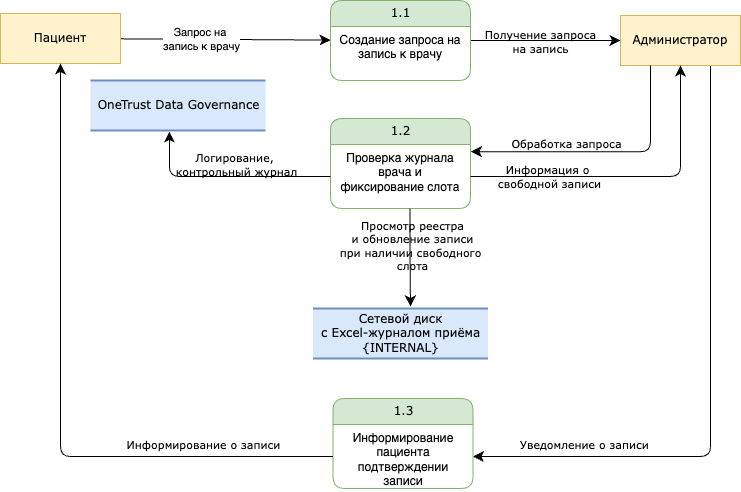
Before: Exc1/DFD-DataLinage-Запись к врачу.drawio.png, a diagram exported from draw.io (denrzv/yp-architecture-sprint-10). Source tidied: cells renumbered, new cells last; positions are measured from the earlier drawing's top-left corner, leaving out a move shared by most shapes. Its diagram source:
```xml
<mxGraphModel>
  <root>
    <mxCell id="0" />
    <mxCell id="1" parent="0" />
    <mxCell id="2" style="edgeStyle=orthogonalEdgeStyle;shape=connector;rounded=1;jettySize=auto;html=1;entryX=1;entryY=0.5;entryDx=0;entryDy=0;strokeColor=default;align=center;verticalAlign=middle;fontFamily=Verdana;fontSize=12;fontColor=default;labelBackgroundColor=none;startFill=0;startSize=8;endArrow=classic;endFill=1;endSize=8;exitX=0.75;exitY=1;exitDx=0;exitDy=0;" parent="1" edge="1" source="4" target="17">
      <mxGeometry relative="1" as="geometry" />
    </mxCell>
    <mxCell id="3" value="Уведомление о записи" style="edgeLabel;html=1;align=center;verticalAlign=middle;fontFamily=Verdana;fontSize=11;fontColor=default;labelBackgroundColor=none;" parent="2" vertex="1">
      <mxGeometry x="0.77" relative="1" as="geometry">
        <mxPoint x="38" y="-13" as="offset" />
      </mxGeometry>
    </mxCell>
    <mxCell id="4" value="Администратор" style="whiteSpace=wrap;html=1;rounded=0;shadow=0;comic=0;labelBackgroundColor=none;strokeWidth=1;fontFamily=Verdana;fontSize=12;align=center;fillColor=#fff2cc;strokeColor=#d6b656;" parent="1" vertex="1">
      <mxGeometry x="620" y="15" width="120" height="50" as="geometry" />
    </mxCell>
    <mxCell id="5" style="edgeStyle=none;html=1;labelBackgroundColor=none;startFill=0;startSize=8;endFill=1;endSize=8;fontFamily=Verdana;fontSize=12;" parent="1" edge="1" source="7" target="10">
      <mxGeometry relative="1" as="geometry" />
    </mxCell>
    <mxCell id="6" value="Запрос на&amp;nbsp;&lt;div&gt;запись к врачу&lt;/div&gt;" style="edgeLabel;html=1;align=center;verticalAlign=middle;" parent="5" vertex="1">
      <mxGeometry x="-0.23" relative="1" as="geometry" />
    </mxCell>
    <mxCell id="7" value="Пациент" style="whiteSpace=wrap;html=1;rounded=0;shadow=0;comic=0;labelBackgroundColor=none;strokeWidth=1;fontFamily=Verdana;fontSize=12;align=center;fillColor=#fff2cc;strokeColor=#d6b656;" parent="1" vertex="1">
      <mxGeometry y="13" width="120" height="50" as="geometry" />
    </mxCell>
    <mxCell id="8" style="edgeStyle=none;html=1;labelBackgroundColor=none;startFill=0;startSize=8;endFill=1;endSize=8;fontFamily=Verdana;fontSize=12;" parent="1" edge="1" source="10" target="4">
      <mxGeometry relative="1" as="geometry" />
    </mxCell>
    <mxCell id="9" value="Получение запроса&lt;div&gt;на запись&lt;/div&gt;" style="edgeLabel;html=1;align=center;verticalAlign=middle;fontFamily=Verdana;fontSize=11;fontColor=default;labelBackgroundColor=none;" parent="8" vertex="1">
      <mxGeometry x="-0.08" relative="1" as="geometry" />
    </mxCell>
    <mxCell id="10" value="1.1" style="swimlane;html=1;fontStyle=0;horizontal=1;startSize=26;fillColor=#d5e8d4;swimlaneFillColor=#ffffff;align=center;rounded=1;shadow=0;comic=0;labelBackgroundColor=none;strokeWidth=1;fontFamily=Verdana;fontSize=12;strokeColor=#82b366;" parent="1" vertex="1">
      <mxGeometry x="330" width="140" height="80" as="geometry" />
    </mxCell>
    <mxCell id="11" value="Создание запроса на запись&amp;nbsp;&lt;span style=&quot;background-color: transparent; color: light-dark(rgb(0, 0, 0), rgb(255, 255, 255));&quot;&gt;к врачу&lt;/span&gt;" style="text;html=1;strokeColor=none;fillColor=none;spacingLeft=4;spacingRight=4;whiteSpace=wrap;overflow=hidden;align=center;" parent="10" vertex="1">
      <mxGeometry y="26" width="140" height="54" as="geometry" />
    </mxCell>
    <mxCell id="12" style="edgeStyle=orthogonalEdgeStyle;html=1;labelBackgroundColor=none;startFill=0;startSize=8;endFill=1;endSize=8;fontFamily=Verdana;fontSize=12;exitX=0.25;exitY=1;exitDx=0;exitDy=0;entryX=1.002;entryY=0.113;entryDx=0;entryDy=0;entryPerimeter=0;" parent="1" edge="1" source="4" target="15">
      <mxGeometry relative="1" as="geometry">
        <Array as="points">
          <mxPoint x="650" y="151" />
        </Array>
      </mxGeometry>
    </mxCell>
    <mxCell id="13" value="Обработка запроса&lt;div&gt;&lt;br&gt;&lt;/div&gt;" style="edgeLabel;html=1;align=center;verticalAlign=middle;fontFamily=Verdana;fontSize=11;fontColor=default;labelBackgroundColor=none;" parent="12" vertex="1">
      <mxGeometry x="0.28" y="-2" relative="1" as="geometry" />
    </mxCell>
    <mxCell id="14" value="1.2" style="swimlane;html=1;fontStyle=0;horizontal=1;startSize=26;fillColor=#d5e8d4;swimlaneFillColor=#ffffff;align=center;rounded=1;shadow=0;comic=0;labelBackgroundColor=none;strokeWidth=1;fontFamily=Verdana;fontSize=12;strokeColor=#82b366;" parent="1" vertex="1">
      <mxGeometry x="330" y="118" width="140" height="90" as="geometry" />
    </mxCell>
    <mxCell id="15" value="Проверка журнала врача и фиксирование слота" style="text;html=1;strokeColor=none;fillColor=none;spacingLeft=4;spacingRight=4;whiteSpace=wrap;overflow=hidden;points=[[0,0.5],[1,0.5]];portConstraint=eastwest;align=center;" parent="14" vertex="1">
      <mxGeometry y="26" width="140" height="64" as="geometry" />
    </mxCell>
    <mxCell id="16" value="1.3" style="swimlane;html=1;fontStyle=0;horizontal=1;startSize=26;fillColor=#d5e8d4;swimlaneFillColor=#ffffff;align=center;rounded=1;shadow=0;comic=0;labelBackgroundColor=none;strokeWidth=1;fontFamily=Verdana;fontSize=12;strokeColor=#82b366;" parent="1" vertex="1">
      <mxGeometry x="332.5" y="398" width="140" height="90" as="geometry" />
    </mxCell>
    <mxCell id="17" value="Информирование пациента подтверждении записи" style="text;html=1;strokeColor=none;fillColor=none;spacingLeft=4;spacingRight=4;whiteSpace=wrap;overflow=hidden;points=[[0,0.5],[1,0.5]];portConstraint=eastwest;align=center;" parent="16" vertex="1">
      <mxGeometry y="26" width="140" height="64" as="geometry" />
    </mxCell>
    <mxCell id="18" style="edgeStyle=orthogonalEdgeStyle;shape=connector;rounded=1;jettySize=auto;html=1;entryX=0.5;entryY=1;entryDx=0;entryDy=0;strokeColor=default;align=center;verticalAlign=middle;fontFamily=Verdana;fontSize=12;fontColor=default;labelBackgroundColor=none;startFill=0;startSize=8;endArrow=classic;endFill=1;endSize=8;" parent="1" edge="1" source="17" target="7">
      <mxGeometry relative="1" as="geometry" />
    </mxCell>
    <mxCell id="19" value="Информирование о записи" style="edgeLabel;html=1;align=center;verticalAlign=middle;fontFamily=Verdana;fontSize=11;fontColor=default;labelBackgroundColor=none;" parent="18" vertex="1">
      <mxGeometry x="-0.39" y="-4" relative="1" as="geometry">
        <mxPoint x="72" y="-9" as="offset" />
      </mxGeometry>
    </mxCell>
    <mxCell id="20" value="Сетевой диск&lt;div&gt;с Excel-журналом приёма&lt;/div&gt;&lt;div&gt;{INTERNAL}&lt;/div&gt;" style="html=1;rounded=0;shadow=0;comic=0;labelBackgroundColor=none;strokeWidth=2;fontFamily=Verdana;fontSize=12;align=center;shape=mxgraph.ios7ui.horLines;fillColor=#dae8fc;strokeColor=#6c8ebf;" parent="1" vertex="1">
      <mxGeometry x="312.5" y="308" width="175" height="50" as="geometry" />
    </mxCell>
    <mxCell id="21" style="edgeStyle=orthogonalEdgeStyle;html=1;labelBackgroundColor=none;startFill=0;startSize=8;endFill=1;endSize=8;fontFamily=Verdana;fontSize=12;exitX=0.568;exitY=1.004;exitDx=0;exitDy=0;entryX=0.557;entryY=-0.041;entryDx=0;entryDy=0;entryPerimeter=0;exitPerimeter=0;" parent="1" edge="1" source="15" target="20">
      <mxGeometry relative="1" as="geometry">
        <Array as="points">
          <mxPoint x="409" y="248" />
          <mxPoint x="410" y="248" />
        </Array>
      </mxGeometry>
    </mxCell>
    <mxCell id="22" value="&lt;div&gt;&lt;span style=&quot;background-color: transparent; color: light-dark(rgb(0, 0, 0), rgb(255, 255, 255));&quot;&gt;Просмотр реестра&lt;/span&gt;&lt;/div&gt;&lt;div&gt;&lt;span style=&quot;background-color: transparent; color: light-dark(rgb(0, 0, 0), rgb(255, 255, 255));&quot;&gt;и обновление записи&lt;/span&gt;&lt;/div&gt;&lt;div&gt;&lt;span style=&quot;background-color: transparent; color: light-dark(rgb(0, 0, 0), rgb(255, 255, 255));&quot;&gt;при наличии свободного&amp;nbsp;&lt;/span&gt;&lt;/div&gt;&lt;div&gt;&lt;span style=&quot;background-color: transparent; color: light-dark(rgb(0, 0, 0), rgb(255, 255, 255));&quot;&gt;слота&lt;/span&gt;&lt;/div&gt;" style="edgeLabel;html=1;align=center;verticalAlign=middle;fontFamily=Verdana;fontSize=11;fontColor=default;labelBackgroundColor=none;" parent="21" vertex="1">
      <mxGeometry x="0.01" y="-3" relative="1" as="geometry">
        <mxPoint x="5" y="-13" as="offset" />
      </mxGeometry>
    </mxCell>
    <mxCell id="23" style="edgeStyle=orthogonalEdgeStyle;shape=connector;rounded=1;jettySize=auto;html=1;entryX=0.5;entryY=1;entryDx=0;entryDy=0;strokeColor=default;align=center;verticalAlign=middle;fontFamily=Verdana;fontSize=12;fontColor=default;labelBackgroundColor=none;startFill=0;startSize=8;endArrow=classic;endFill=1;endSize=8;" parent="1" edge="1" source="15" target="4">
      <mxGeometry relative="1" as="geometry" />
    </mxCell>
    <mxCell id="24" value="Информация о&amp;nbsp;&lt;div&gt;свободной записи&lt;/div&gt;" style="edgeLabel;html=1;align=center;verticalAlign=middle;fontFamily=Verdana;fontSize=11;fontColor=default;labelBackgroundColor=none;" parent="23" vertex="1">
      <mxGeometry x="-0.51" y="1" relative="1" as="geometry" />
    </mxCell>
    <mxCell id="25" value="OneTrust Data Governance" style="html=1;rounded=0;shadow=0;comic=0;labelBackgroundColor=none;strokeWidth=2;fontFamily=Verdana;fontSize=12;align=center;shape=mxgraph.ios7ui.horLines;fillColor=#dae8fc;strokeColor=#6c8ebf;" parent="1" vertex="1">
      <mxGeometry x="90" y="80" width="175" height="50" as="geometry" />
    </mxCell>
    <mxCell id="26" style="edgeStyle=orthogonalEdgeStyle;html=1;labelBackgroundColor=none;startFill=0;startSize=8;endFill=1;endSize=8;fontFamily=Verdana;fontSize=12;exitX=0;exitY=0.5;exitDx=0;exitDy=0;entryX=0.451;entryY=1.02;entryDx=0;entryDy=0;entryPerimeter=0;" parent="1" edge="1" target="25">
      <mxGeometry relative="1" as="geometry">
        <mxPoint x="330" y="176" as="sourcePoint" />
        <Array as="points">
          <mxPoint x="169" y="176" />
        </Array>
      </mxGeometry>
    </mxCell>
    <mxCell id="27" value="Логирование,&amp;nbsp;&lt;div&gt;контрольный журнал&lt;/div&gt;" style="edgeLabel;html=1;align=center;verticalAlign=middle;fontFamily=Verdana;fontSize=11;fontColor=default;labelBackgroundColor=none;" parent="26" vertex="1">
      <mxGeometry x="0.01" y="-3" relative="1" as="geometry">
        <mxPoint x="9" y="-10" as="offset" />
      </mxGeometry>
    </mxCell>
  </root>
</mxGraphModel>
```
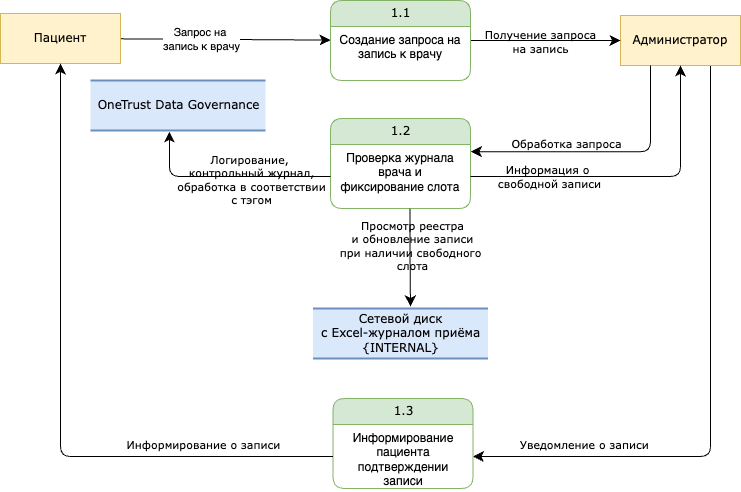
The same file after the commit.

Change to the diagram source:
```diff
@@ -97,9 +97,9 @@
         </Array>
       </mxGeometry>
     </mxCell>
-    <mxCell id="27" value="Логирование,&amp;nbsp;&lt;div&gt;контрольный журнал&lt;/div&gt;" style="edgeLabel;html=1;align=center;verticalAlign=middle;fontFamily=Verdana;fontSize=11;fontColor=default;labelBackgroundColor=none;" parent="26" vertex="1">
+    <mxCell id="27" value="Логирование,&amp;nbsp;&lt;div&gt;контрольный журнал&lt;span style=&quot;background-color: transparent; color: light-dark(rgb(0, 0, 0), rgb(255, 255, 255));&quot;&gt;,&lt;/span&gt;&lt;/div&gt;&lt;div&gt;обработка в соответствии&lt;/div&gt;&lt;div&gt;с тэгом&lt;/div&gt;" style="edgeLabel;html=1;align=center;verticalAlign=middle;fontFamily=Verdana;fontSize=11;fontColor=default;labelBackgroundColor=none;" parent="26" vertex="1">
       <mxGeometry x="0.01" y="-3" relative="1" as="geometry">
-        <mxPoint x="9" y="-10" as="offset" />
+        <mxPoint x="24" y="5" as="offset" />
       </mxGeometry>
     </mxCell>
   </root>
```
